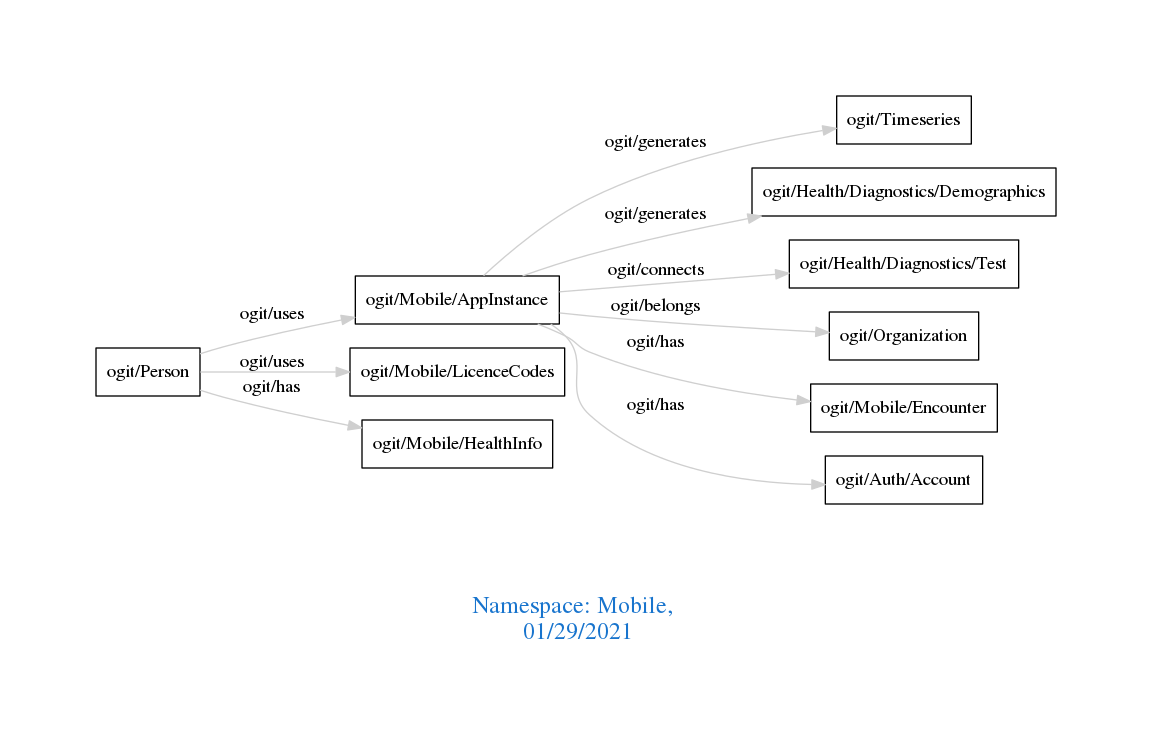
Above: downloads/Mobile.png in arago/OGIT (Graphviz), before the change. Its source is kept beside it as downloads/Mobile.dot.
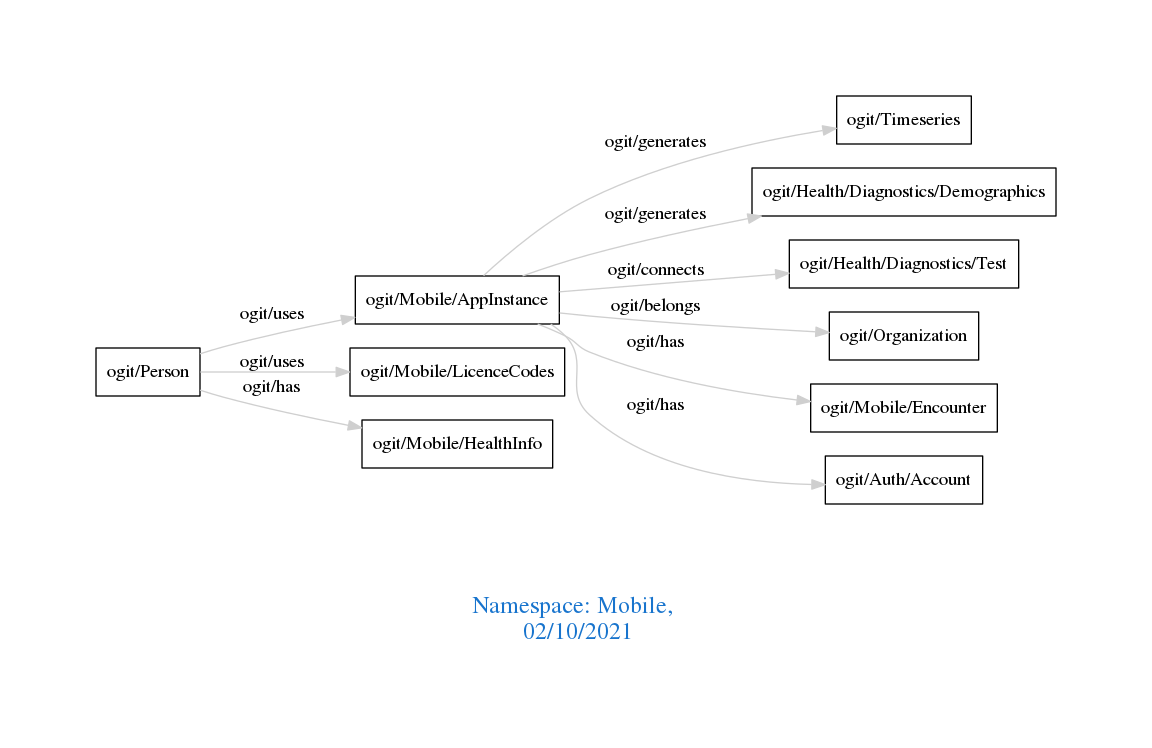
After the change.

What changed in the source:
```diff
@@ -1,7 +1,7 @@
 digraph OGIT_ontology {
  graph [ rankdir= LR,pad=1
 fontsize = 18,
-fontcolor= dodgerblue3,label = "\n\n\nNamespace: Mobile, \n 01/29/2021"];
+fontcolor= dodgerblue3,label = "\n\n\nNamespace: Mobile, \n 02/10/2021"];
 node[shape=polygon];
 edge [  color="gray81"];
 
```
